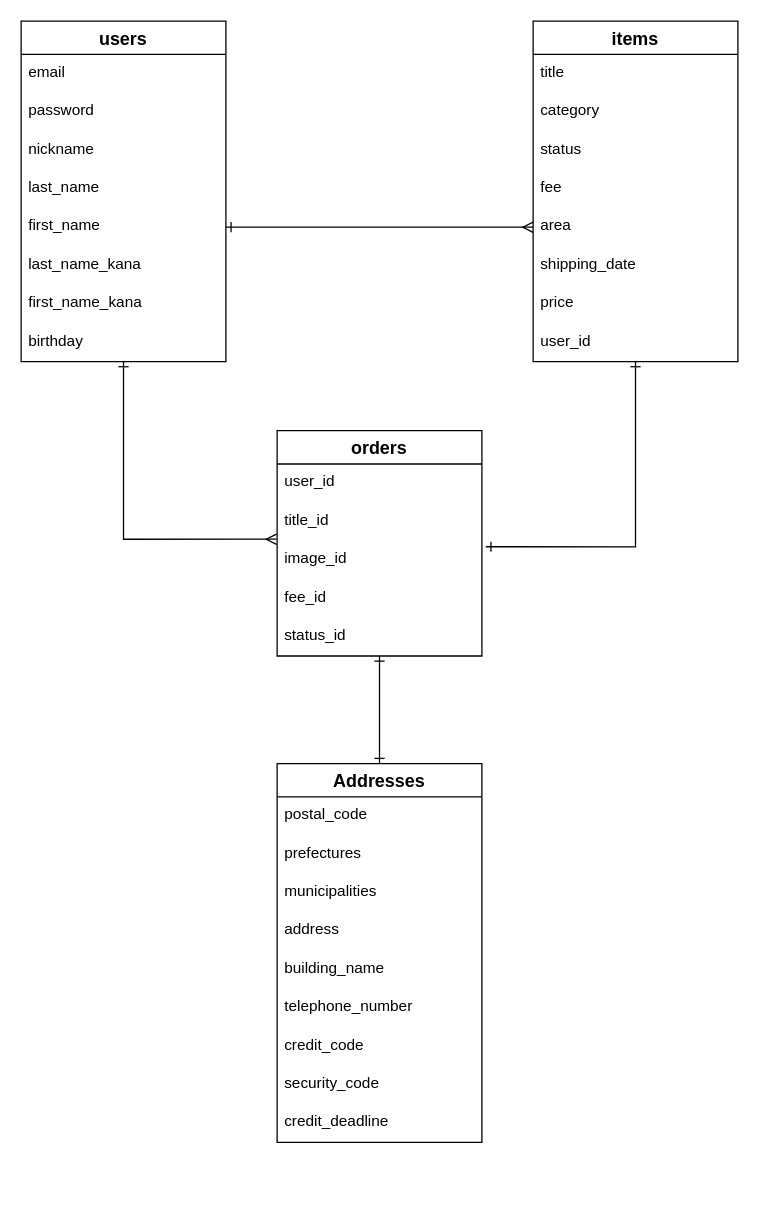
soetakara/furima-36189 keeps this draw.io diagram as ER.dio. Above is the earlier version. Source tidied: cells renumbered, new cells numbered last; positions are measured from the earlier drawing's top-left corner, leaving out a move shared by most shapes. Both pictures are drawn from the tidied source at 128%, with x=0, y=0 at pixel (20, 20).
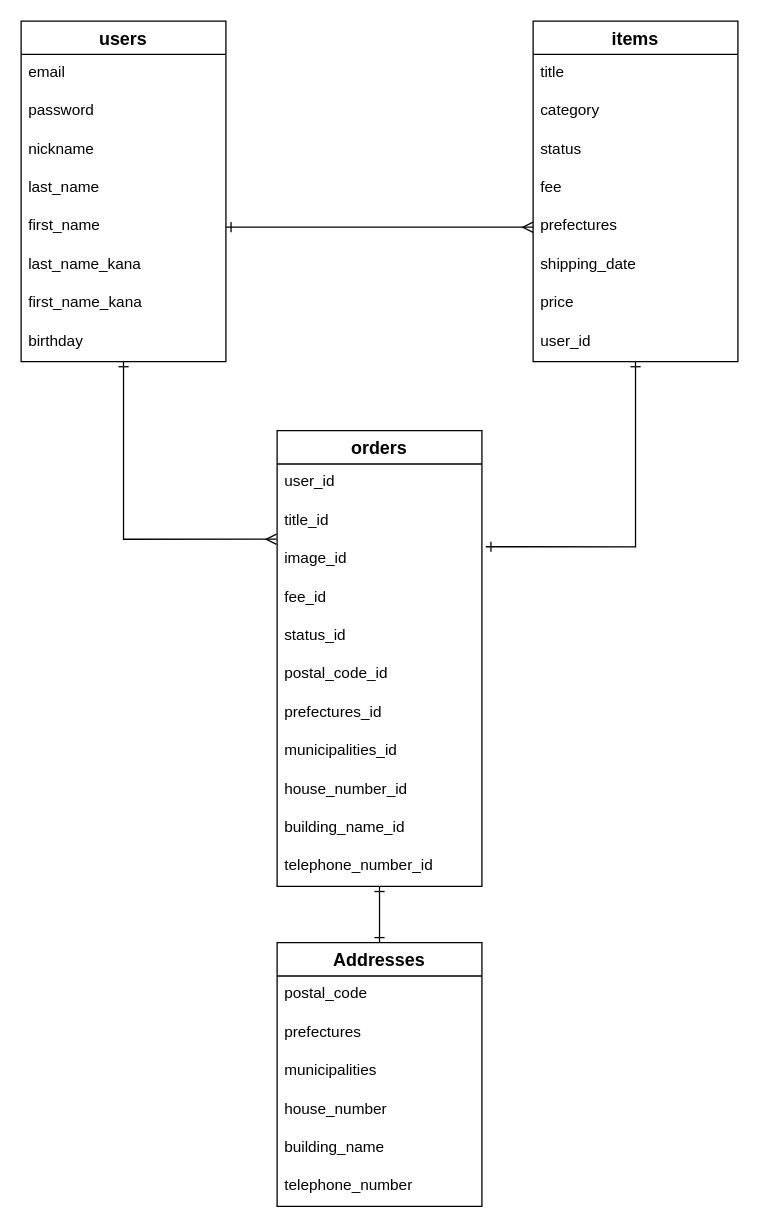
After the change.

Commit message (it also covers changes not shown here):
番地のカラム名変更

The change refers to these unchanged cells:
```xml
<mxCell id="13" value="items" style="swimlane;fontStyle=1;horizontal=1;startSize=26;align=center;fontSize=14;" parent="1" vertex="1">
  <mxGeometry x="400" width="160" height="266" as="geometry" />
</mxCell>
```

Change to the diagram source:
```diff
@@
-    <mxCell id="18" value="area" style="text;strokeColor=none;fillColor=none;spacingLeft=4;spacingRight=4;overflow=hidden;fontSize=12;" parent="13" vertex="1">
+    <mxCell id="18" value="prefectures" style="text;strokeColor=none;fillColor=none;spacingLeft=4;spacingRight=4;overflow=hidden;fontSize=12;" parent="13" vertex="1">
       <mxGeometry y="146" width="160" height="30" as="geometry" />
     </mxCell>
@@
     <mxCell id="23" value="orders" style="swimlane;fontStyle=1;horizontal=1;startSize=26;align=center;fontSize=14;" parent="1" vertex="1">
-      <mxGeometry x="200" y="320" width="160" height="176" as="geometry" />
+      <mxGeometry x="200" y="320" width="160" height="356" as="geometry" />
     </mxCell>
@@
+    <mxCell id="40" value="postal_code_id" style="text;strokeColor=none;fillColor=none;spacingLeft=4;spacingRight=4;overflow=hidden;fontSize=12;" parent="23" vertex="1">
+      <mxGeometry y="176" width="160" height="30" as="geometry" />
+    </mxCell>
+    <mxCell id="41" value="prefectures_id" style="text;strokeColor=none;fillColor=none;spacingLeft=4;spacingRight=4;overflow=hidden;fontSize=12;" parent="23" vertex="1">
+      <mxGeometry y="206" width="160" height="30" as="geometry" />
+    </mxCell>
+    <mxCell id="42" value="municipalities_id" style="text;strokeColor=none;fillColor=none;spacingLeft=4;spacingRight=4;overflow=hidden;fontSize=12;" parent="23" vertex="1">
+      <mxGeometry y="236" width="160" height="30" as="geometry" />
+    </mxCell>
+    <mxCell id="43" value="house_number_id" style="text;strokeColor=none;fillColor=none;spacingLeft=4;spacingRight=4;overflow=hidden;fontSize=12;" parent="23" vertex="1">
+      <mxGeometry y="266" width="160" height="30" as="geometry" />
+    </mxCell>
+    <mxCell id="44" value="building_name_id" style="text;strokeColor=none;fillColor=none;spacingLeft=4;spacingRight=4;overflow=hidden;fontSize=12;" parent="23" vertex="1">
+      <mxGeometry y="296" width="160" height="30" as="geometry" />
+    </mxCell>
+    <mxCell id="45" value="telephone_number_id" style="text;strokeColor=none;fillColor=none;spacingLeft=4;spacingRight=4;overflow=hidden;fontSize=12;" parent="23" vertex="1">
+      <mxGeometry y="326" width="160" height="30" as="geometry" />
+    </mxCell>
@@
     <mxCell id="30" value="Addresses" style="swimlane;fontStyle=1;horizontal=1;startSize=26;align=center;fontSize=14;" parent="1" vertex="1">
-      <mxGeometry x="200" y="580" width="160" height="296" as="geometry" />
+      <mxGeometry x="200" y="720" width="160" height="206" as="geometry" />
     </mxCell>
@@
-    <mxCell id="34" value="address" style="text;strokeColor=none;fillColor=none;spacingLeft=4;spacingRight=4;overflow=hidden;fontSize=12;" parent="30" vertex="1">
+    <mxCell id="34" value="house_number" style="text;strokeColor=none;fillColor=none;spacingLeft=4;spacingRight=4;overflow=hidden;fontSize=12;" parent="30" vertex="1">
       <mxGeometry y="116" width="160" height="30" as="geometry" />
     </mxCell>
@@
-    <mxCell id="37" value="credit_code" style="text;strokeColor=none;fillColor=none;spacingLeft=4;spacingRight=4;overflow=hidden;fontSize=12;" parent="30" vertex="1">
-      <mxGeometry y="206" width="160" height="30" as="geometry" />
-    </mxCell>
-    <mxCell id="38" value="security_code" style="text;strokeColor=none;fillColor=none;spacingLeft=4;spacingRight=4;overflow=hidden;fontSize=12;" parent="30" vertex="1">
-      <mxGeometry y="236" width="160" height="30" as="geometry" />
-    </mxCell>
-    <mxCell id="39" value="credit_deadline" style="text;strokeColor=none;fillColor=none;spacingLeft=4;spacingRight=4;overflow=hidden;fontSize=12;" parent="30" vertex="1">
-      <mxGeometry y="266" width="160" height="30" as="geometry" />
-    </mxCell>
```
